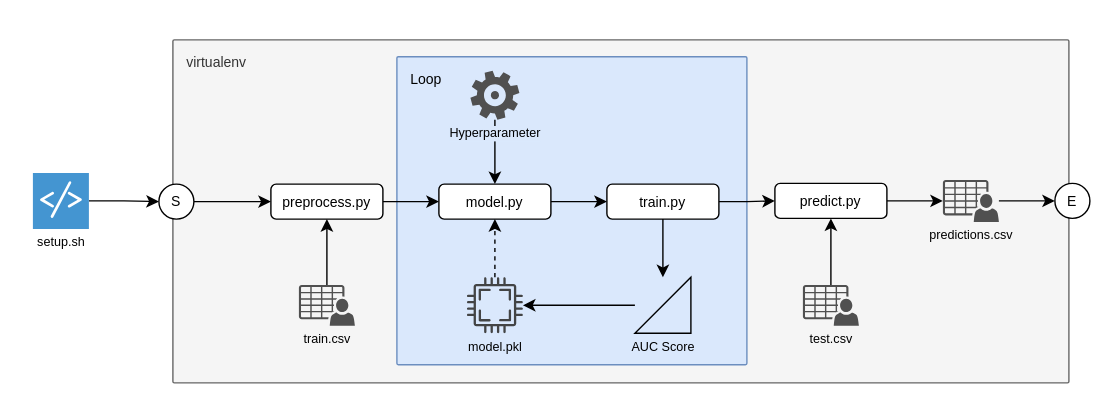
The draw.io diagram .images/flow.svg in minyeamer/mlops-study, before a commit. Source tidied: cells renumbered, new cells last; positions are measured from the earlier drawing's top-left corner, leaving out a move shared by most shapes.
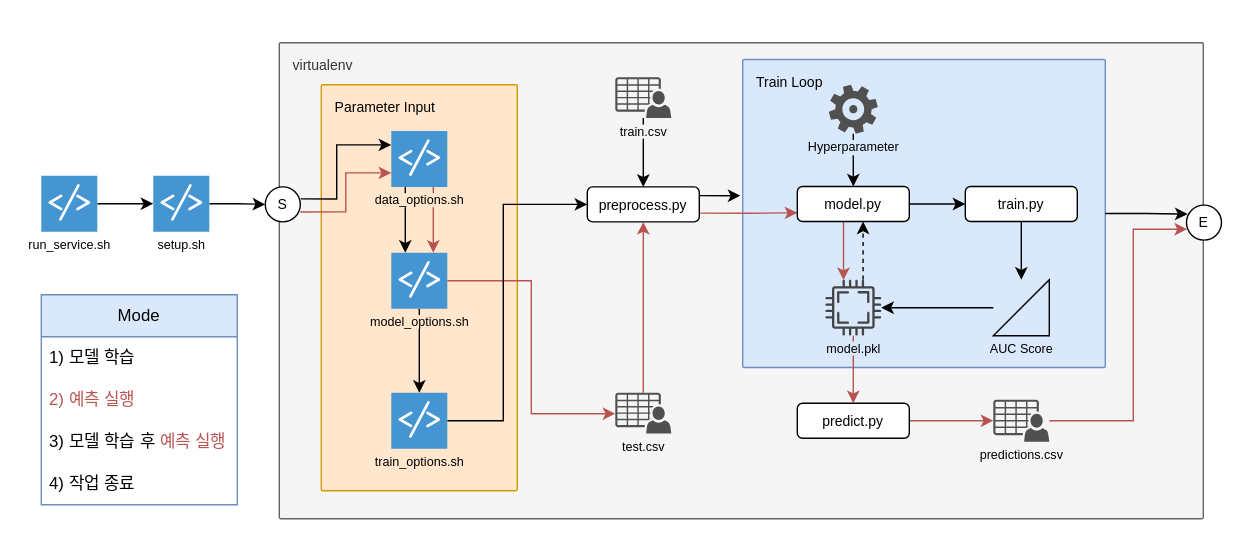
Later version of the same file.

Commit message:
resource: update flowchart

Diff of the diagram source:
```diff
@@ -3,88 +3,178 @@
     <mxCell id="0" />
     <mxCell id="1" parent="0" />
     <mxCell id="2" value="&lt;font&gt;virtualenv&lt;/font&gt;" style="sketch=0;rounded=1;absoluteArcSize=1;arcSize=2;html=1;strokeColor=#666666;shadow=0;dashed=0;fontSize=10;fontColor=#333333;align=left;verticalAlign=top;spacing=10;spacingTop=-4;whiteSpace=wrap;fillColor=#f5f5f5;labelBackgroundColor=light-dark(#f5f5f5, #ededed);" parent="1" vertex="1">
-      <mxGeometry x="100" width="640" height="245" as="geometry" />
+      <mxGeometry x="176" y="2" width="660" height="340" as="geometry" />
     </mxCell>
+    <mxCell id="30" value="Parameter Input" style="sketch=0;rounded=1;absoluteArcSize=1;arcSize=2;html=1;strokeColor=#d79b00;shadow=0;dashed=0;fontSize=10;align=left;verticalAlign=top;spacing=10;spacingTop=-4;whiteSpace=wrap;fillColor=#ffe6cc;labelBackgroundColor=none;" parent="1" vertex="1">
+      <mxGeometry x="206" y="32" width="140" height="290" as="geometry" />
+    </mxCell>
-    <mxCell id="3" value="Loop" style="sketch=0;points=[[0,0,0],[0.25,0,0],[0.5,0,0],[0.75,0,0],[1,0,0],[1,0.25,0],[1,0.5,0],[1,0.75,0],[1,1,0],[0.75,1,0],[0.5,1,0],[0.25,1,0],[0,1,0],[0,0.75,0],[0,0.5,0],[0,0.25,0]];rounded=1;absoluteArcSize=1;arcSize=2;html=1;strokeColor=#6c8ebf;shadow=0;dashed=0;fontSize=10;align=left;verticalAlign=top;spacing=10;spacingTop=-4;whiteSpace=wrap;fillColor=#dae8fc;labelBackgroundColor=none;" parent="1" vertex="1">
-      <mxGeometry x="260" y="12" width="250" height="220" as="geometry" />
+    <mxCell id="3" value="Train Loop" style="sketch=0;points=[[0,0,0],[0.25,0,0],[0.5,0,0],[0.75,0,0],[1,0,0],[1,0.25,0],[1,0.5,0],[1,0.75,0],[1,1,0],[0.75,1,0],[0.5,1,0],[0.25,1,0],[0,1,0],[0,0.75,0],[0,0.5,0],[0,0.25,0]];rounded=1;absoluteArcSize=1;arcSize=2;html=1;strokeColor=#6c8ebf;shadow=0;dashed=0;fontSize=10;align=left;verticalAlign=top;spacing=10;spacingTop=-4;whiteSpace=wrap;fillColor=#dae8fc;labelBackgroundColor=none;" parent="1" vertex="1">
+      <mxGeometry x="507" y="14" width="259" height="220" as="geometry" />
     </mxCell>
     <mxCell id="4" style="edgeStyle=orthogonalEdgeStyle;rounded=0;jettySize=auto;html=1;entryX=0;entryY=0.5;entryDx=0;entryDy=0;" parent="1" edge="1" source="5" target="15">
       <mxGeometry relative="1" as="geometry" />
     </mxCell>
     <mxCell id="5" value="setup.sh" style="shadow=0;dashed=0;html=1;strokeColor=none;fillColor=#4495D1;labelPosition=center;verticalLabelPosition=bottom;verticalAlign=top;align=center;outlineConnect=0;shape=mxgraph.veeam.script;fontSize=9;spacing=0;" parent="1" vertex="1">
-      <mxGeometry y="95" width="40" height="40" as="geometry" />
+      <mxGeometry x="86" y="97" width="40" height="40" as="geometry" />
     </mxCell>
-    <mxCell id="6" style="edgeStyle=orthogonalEdgeStyle;rounded=0;jettySize=auto;html=1;entryX=0.5;entryY=1;entryDx=0;entryDy=0;" parent="1" edge="1" source="7" target="9">
+    <mxCell id="6" style="edgeStyle=orthogonalEdgeStyle;rounded=0;jettySize=auto;html=1;entryX=0.5;entryY=0;entryDx=0;entryDy=0;" parent="1" edge="1" source="7" target="9">
       <mxGeometry relative="1" as="geometry" />
     </mxCell>
-    <mxCell id="7" value="&lt;font&gt;train.csv&lt;/font&gt;" style="sketch=0;shadow=0;dashed=0;html=1;strokeColor=none;fillColor=#505050;labelPosition=center;verticalLabelPosition=bottom;verticalAlign=top;outlineConnect=0;align=center;shape=mxgraph.office.users.csv_file;fontSize=9;spacing=0;labelBackgroundColor=none;" parent="1" vertex="1">
-      <mxGeometry x="190" y="175" width="40" height="29.1" as="geometry" />
+    <mxCell id="7" value="&lt;font style=&quot;background-color: rgb(245, 245, 245);&quot;&gt;train.csv&lt;/font&gt;" style="sketch=0;shadow=0;dashed=0;html=1;strokeColor=none;fillColor=#505050;labelPosition=center;verticalLabelPosition=bottom;verticalAlign=top;outlineConnect=0;align=center;shape=mxgraph.office.users.csv_file;fontSize=9;spacing=0;labelBackgroundColor=none;" parent="1" vertex="1">
+      <mxGeometry x="416" y="26.6" width="40" height="29.1" as="geometry" />
     </mxCell>
-    <mxCell id="8" style="edgeStyle=orthogonalEdgeStyle;rounded=0;jettySize=auto;html=1;exitX=1;exitY=0.5;exitDx=0;exitDy=0;entryX=0;entryY=0.5;entryDx=0;entryDy=0;" parent="1" edge="1" source="9" target="11">
+    <mxCell id="8" style="edgeStyle=orthogonalEdgeStyle;rounded=0;jettySize=auto;html=1;exitX=1;exitY=0.75;exitDx=0;exitDy=0;entryX=0;entryY=0.75;entryDx=0;entryDy=0;fillColor=#f8cecc;strokeColor=#b85450;" parent="1" edge="1" source="9" target="11">
       <mxGeometry relative="1" as="geometry" />
     </mxCell>
     <mxCell id="9" value="&lt;font&gt;preprocess.py&lt;/font&gt;" style="rounded=1;whiteSpace=wrap;html=1;spacing=0;fontSize=10;" parent="1" vertex="1">
-      <mxGeometry x="170" y="103" width="80" height="25" as="geometry" />
+      <mxGeometry x="396" y="105" width="80" height="25" as="geometry" />
     </mxCell>
     <mxCell id="10" style="edgeStyle=orthogonalEdgeStyle;rounded=0;jettySize=auto;html=1;exitX=1;exitY=0.5;exitDx=0;exitDy=0;entryX=0;entryY=0.5;entryDx=0;entryDy=0;" parent="1" edge="1" source="11" target="18">
       <mxGeometry relative="1" as="geometry" />
     </mxCell>
+    <mxCell id="31" style="edgeStyle=orthogonalEdgeStyle;rounded=0;orthogonalLoop=1;jettySize=auto;html=1;exitX=0.5;exitY=1;exitDx=0;exitDy=0;fillColor=#f8cecc;strokeColor=#b85450;" parent="1" edge="1">
+      <mxGeometry relative="1" as="geometry">
+        <mxPoint x="579" y="130" as="sourcePoint" />
+        <mxPoint x="579" y="171.6" as="targetPoint" />
+      </mxGeometry>
+    </mxCell>
     <mxCell id="11" value="&lt;font&gt;model.py&lt;/font&gt;" style="rounded=1;whiteSpace=wrap;html=1;spacing=0;fontSize=10;" parent="1" vertex="1">
-      <mxGeometry x="290" y="103" width="80" height="25" as="geometry" />
+      <mxGeometry x="546" y="104.7" width="80" height="25" as="geometry" />
     </mxCell>
-    <mxCell id="12" style="edgeStyle=orthogonalEdgeStyle;rounded=0;jettySize=auto;html=1;entryX=0.5;entryY=1;entryDx=0;entryDy=0;dashed=1;" parent="1" edge="1" source="13" target="11">
-      <mxGeometry relative="1" as="geometry" />
-    </mxCell>
+    <mxCell id="32" style="edgeStyle=orthogonalEdgeStyle;rounded=0;orthogonalLoop=1;jettySize=auto;html=1;entryX=0.5;entryY=1;entryDx=0;entryDy=0;dashed=1;" parent="1" edge="1">
+      <mxGeometry relative="1" as="geometry">
+        <mxPoint x="593" y="171.3" as="sourcePoint" />
+        <mxPoint x="593" y="129.7" as="targetPoint" />
+      </mxGeometry>
+    </mxCell>
+    <mxCell id="33" style="edgeStyle=orthogonalEdgeStyle;rounded=0;jettySize=auto;html=1;entryX=0.5;entryY=0;entryDx=0;entryDy=0;fillColor=#f8cecc;strokeColor=#b85450;" parent="1" edge="1" source="13" target="20">
+      <mxGeometry relative="1" as="geometry" />
+    </mxCell>
-    <mxCell id="13" value="&lt;font&gt;model.pkl&lt;/font&gt;" style="sketch=0;shadow=0;dashed=0;html=1;strokeColor=none;fillColor=#434445;labelPosition=center;verticalLabelPosition=bottom;verticalAlign=top;align=center;outlineConnect=0;shape=mxgraph.vvd.cpu;fontSize=9;spacing=0;labelBackgroundColor=none;" parent="1" vertex="1">
-      <mxGeometry x="310" y="169.6" width="40" height="40" as="geometry" />
+    <mxCell id="13" value="&lt;font style=&quot;background-color: rgb(218, 232, 252);&quot;&gt;model.pkl&lt;/font&gt;" style="sketch=0;shadow=0;dashed=0;html=1;strokeColor=none;fillColor=#434445;labelPosition=center;verticalLabelPosition=bottom;verticalAlign=top;align=center;outlineConnect=0;shape=mxgraph.vvd.cpu;fontSize=9;spacing=0;labelBackgroundColor=none;" parent="1" vertex="1">
+      <mxGeometry x="566" y="171.3" width="40" height="40" as="geometry" />
     </mxCell>
-    <mxCell id="14" style="edgeStyle=orthogonalEdgeStyle;rounded=0;jettySize=auto;html=1;exitX=1;exitY=0.5;exitDx=0;exitDy=0;entryX=0;entryY=0.5;entryDx=0;entryDy=0;" parent="1" edge="1" source="15" target="9">
-      <mxGeometry relative="1" as="geometry" />
-    </mxCell>
+    <mxCell id="34" style="edgeStyle=orthogonalEdgeStyle;rounded=0;jettySize=auto;html=1;exitX=1.013;exitY=0.342;exitDx=0;exitDy=0;exitPerimeter=0;entryX=0;entryY=0.25;entryDx=0;entryDy=0;" parent="1" edge="1" source="15" target="55">
+      <mxGeometry relative="1" as="geometry">
+        <Array as="points">
+          <mxPoint x="217" y="114" />
+          <mxPoint x="217" y="75" />
+        </Array>
+      </mxGeometry>
+    </mxCell>
+    <mxCell id="35" style="edgeStyle=orthogonalEdgeStyle;rounded=0;jettySize=auto;html=1;exitX=1;exitY=0.716;exitDx=0;exitDy=0;entryX=0;entryY=0.75;entryDx=0;entryDy=0;fillColor=#f8cecc;strokeColor=#b85450;exitPerimeter=0;" parent="1" edge="1" source="15" target="55">
+      <mxGeometry relative="1" as="geometry" />
+    </mxCell>
     <mxCell id="15" value="S" style="ellipse;fontSize=10;spacing=0;" parent="1" vertex="1">
-      <mxGeometry x="90" y="103" width="25" height="25" as="geometry" />
+      <mxGeometry x="166" y="105" width="25" height="25" as="geometry" />
     </mxCell>
-    <mxCell id="16" style="edgeStyle=orthogonalEdgeStyle;rounded=0;jettySize=auto;html=1;exitX=1;exitY=0.5;exitDx=0;exitDy=0;entryX=0;entryY=0.5;entryDx=0;entryDy=0;" parent="1" edge="1" source="18" target="20">
-      <mxGeometry relative="1" as="geometry" />
-    </mxCell>
     <mxCell id="17" style="edgeStyle=orthogonalEdgeStyle;rounded=0;jettySize=auto;html=1;exitX=0.5;exitY=1;exitDx=0;exitDy=0;" parent="1" edge="1" source="18" target="27">
       <mxGeometry relative="1" as="geometry" />
     </mxCell>
     <mxCell id="18" value="&lt;font&gt;train.py&lt;/font&gt;" style="rounded=1;whiteSpace=wrap;html=1;spacing=0;fontSize=10;" parent="1" vertex="1">
-      <mxGeometry x="410" y="103" width="80" height="25" as="geometry" />
+      <mxGeometry x="666" y="104.7" width="80" height="25" as="geometry" />
     </mxCell>
-    <mxCell id="19" style="edgeStyle=orthogonalEdgeStyle;rounded=0;jettySize=auto;html=1;exitX=1;exitY=0.5;exitDx=0;exitDy=0;" parent="1" edge="1" source="20" target="24">
+    <mxCell id="19" style="edgeStyle=orthogonalEdgeStyle;rounded=0;jettySize=auto;html=1;exitX=1;exitY=0.5;exitDx=0;exitDy=0;fillColor=#f8cecc;strokeColor=#b85450;" parent="1" edge="1" source="20" target="24">
       <mxGeometry relative="1" as="geometry" />
     </mxCell>
     <mxCell id="20" value="&lt;font&gt;predict.py&lt;/font&gt;" style="rounded=1;whiteSpace=wrap;html=1;spacing=0;fontSize=10;" parent="1" vertex="1">
-      <mxGeometry x="530" y="102.5" width="80" height="25" as="geometry" />
+      <mxGeometry x="546" y="259.5" width="80" height="25" as="geometry" />
     </mxCell>
-    <mxCell id="21" style="edgeStyle=orthogonalEdgeStyle;rounded=0;jettySize=auto;html=1;entryX=0.5;entryY=1;entryDx=0;entryDy=0;" parent="1" edge="1" source="22" target="20">
-      <mxGeometry relative="1" as="geometry" />
-    </mxCell>
-    <mxCell id="22" value="&lt;font&gt;test.csv&lt;/font&gt;" style="sketch=0;shadow=0;dashed=0;html=1;strokeColor=none;fillColor=#505050;labelPosition=center;verticalLabelPosition=bottom;verticalAlign=top;outlineConnect=0;align=center;shape=mxgraph.office.users.csv_file;fontSize=9;spacing=0;labelBackgroundColor=none;" parent="1" vertex="1">
-      <mxGeometry x="550" y="175" width="40" height="29.1" as="geometry" />
-    </mxCell>
-    <mxCell id="23" style="edgeStyle=orthogonalEdgeStyle;rounded=0;jettySize=auto;html=1;entryX=0;entryY=0.5;entryDx=0;entryDy=0;" parent="1" edge="1" source="24" target="25">
-      <mxGeometry relative="1" as="geometry" />
-    </mxCell>
+    <mxCell id="36" style="edgeStyle=orthogonalEdgeStyle;rounded=0;jettySize=auto;html=1;entryX=0.5;entryY=1;entryDx=0;entryDy=0;fillColor=#f8cecc;strokeColor=#b85450;" parent="1" edge="1" source="22" target="9">
+      <mxGeometry relative="1" as="geometry" />
+    </mxCell>
     <mxCell id="24" value="&lt;font&gt;predictions.csv&lt;/font&gt;" style="sketch=0;shadow=0;dashed=0;html=1;strokeColor=none;fillColor=#505050;labelPosition=center;verticalLabelPosition=bottom;verticalAlign=top;outlineConnect=0;align=center;shape=mxgraph.office.users.csv_file;fontSize=9;spacing=0;labelBackgroundColor=none;" parent="1" vertex="1">
-      <mxGeometry x="650" y="100" width="40" height="30" as="geometry" />
+      <mxGeometry x="686" y="257" width="40" height="30" as="geometry" />
     </mxCell>
     <mxCell id="25" value="E" style="ellipse;fontSize=10;spacing=0;" parent="1" vertex="1">
-      <mxGeometry x="730" y="102.5" width="25" height="25" as="geometry" />
+      <mxGeometry x="824" y="118" width="25" height="25" as="geometry" />
     </mxCell>
     <mxCell id="26" style="edgeStyle=orthogonalEdgeStyle;rounded=0;jettySize=auto;html=1;" parent="1" edge="1" source="27" target="13">
       <mxGeometry relative="1" as="geometry" />
     </mxCell>
     <mxCell id="27" value="&lt;font&gt;AUC Score&lt;/font&gt;" style="verticalLabelPosition=bottom;verticalAlign=top;html=1;shape=mxgraph.basic.orthogonal_triangle;flipH=1;fontSize=9;spacing=0;fillColor=none;strokeWidth=1;" parent="1" vertex="1">
-      <mxGeometry x="430" y="169.6" width="40" height="40" as="geometry" />
+      <mxGeometry x="686" y="171.3" width="40" height="40" as="geometry" />
     </mxCell>
     <mxCell id="28" style="edgeStyle=orthogonalEdgeStyle;rounded=0;jettySize=auto;html=1;entryX=0.5;entryY=0;entryDx=0;entryDy=0;" parent="1" edge="1" source="29" target="11">
       <mxGeometry relative="1" as="geometry" />
     </mxCell>
     <mxCell id="29" value="Hyperparameter" style="sketch=0;shadow=0;dashed=0;html=1;strokeColor=none;fillColor=#505050;labelPosition=center;verticalLabelPosition=bottom;verticalAlign=top;outlineConnect=0;align=center;shape=mxgraph.office.concepts.settings_office_365;fontSize=9;spacing=0;labelBackgroundColor=#DAE8FC;" parent="1" vertex="1">
-      <mxGeometry x="312.5" y="22" width="35" height="35" as="geometry" />
+      <mxGeometry x="568.5" y="32" width="35" height="35" as="geometry" />
     </mxCell>
+    <mxCell id="37" style="edgeStyle=orthogonalEdgeStyle;rounded=0;jettySize=auto;html=1;" parent="1" edge="1" source="38" target="5">
+      <mxGeometry relative="1" as="geometry" />
+    </mxCell>
+    <mxCell id="38" value="run_service.sh" style="shadow=0;dashed=0;html=1;strokeColor=none;fillColor=#4495D1;labelPosition=center;verticalLabelPosition=bottom;verticalAlign=top;align=center;outlineConnect=0;shape=mxgraph.veeam.script;fontSize=9;spacing=0;" parent="1" vertex="1">
+      <mxGeometry x="6" y="97" width="40" height="40" as="geometry" />
+    </mxCell>
+    <mxCell id="39" style="edgeStyle=orthogonalEdgeStyle;rounded=0;jettySize=auto;html=1;exitX=0.25;exitY=1;exitDx=0;exitDy=0;entryX=0.25;entryY=0;entryDx=0;entryDy=0;" parent="1" edge="1" source="55" target="53">
+      <mxGeometry relative="1" as="geometry" />
+    </mxCell>
+    <mxCell id="40" style="edgeStyle=orthogonalEdgeStyle;rounded=0;jettySize=auto;html=1;exitX=0.75;exitY=1;exitDx=0;exitDy=0;entryX=0.75;entryY=0;entryDx=0;entryDy=0;fillColor=#f8cecc;strokeColor=#b85450;" parent="1" edge="1" source="55" target="53">
+      <mxGeometry relative="1" as="geometry" />
+    </mxCell>
+    <mxCell id="41" value="Mode" style="swimlane;fontStyle=0;horizontal=1;startSize=30;whiteSpace=wrap;html=1;fillColor=#dae8fc;strokeColor=#6c8ebf;" parent="1" vertex="1">
+      <mxGeometry x="6" y="182" width="140" height="150" as="geometry" />
+    </mxCell>
+    <mxCell id="42" value="1) 모델 학습" style="text;strokeColor=none;fillColor=none;align=left;verticalAlign=middle;spacingLeft=4;spacingRight=4;overflow=hidden;whiteSpace=wrap;html=1;" parent="41" vertex="1">
+      <mxGeometry y="30" width="140" height="30" as="geometry" />
+    </mxCell>
+    <mxCell id="43" value="&lt;font style=&quot;color: rgb(184, 84, 80);&quot;&gt;2) 예측 실행&lt;/font&gt;" style="text;strokeColor=none;fillColor=none;align=left;verticalAlign=middle;spacingLeft=4;spacingRight=4;overflow=hidden;whiteSpace=wrap;html=1;" parent="41" vertex="1">
+      <mxGeometry y="60" width="140" height="30" as="geometry" />
+    </mxCell>
+    <mxCell id="44" value="3) 모델 학습 후 &lt;font style=&quot;color: rgb(184, 84, 80);&quot;&gt;예측 실행&lt;/font&gt;" style="text;strokeColor=none;fillColor=none;align=left;verticalAlign=middle;spacingLeft=4;spacingRight=4;overflow=hidden;whiteSpace=wrap;html=1;" parent="41" vertex="1">
+      <mxGeometry y="90" width="140" height="30" as="geometry" />
+    </mxCell>
+    <mxCell id="45" value="4) 작업 종료" style="text;strokeColor=none;fillColor=none;align=left;verticalAlign=middle;spacingLeft=4;spacingRight=4;overflow=hidden;whiteSpace=wrap;html=1;" parent="41" vertex="1">
+      <mxGeometry y="120" width="140" height="30" as="geometry" />
+    </mxCell>
+    <mxCell id="46" value="&lt;span style=&quot;background-color: rgb(255, 230, 204);&quot;&gt;data_options.sh&lt;/span&gt;" style="shadow=0;dashed=0;html=1;strokeColor=none;fillColor=#4495D1;labelPosition=center;verticalLabelPosition=bottom;verticalAlign=top;align=center;shape=mxgraph.veeam.script;fontSize=9;spacing=0;" parent="1" vertex="1">
+      <mxGeometry x="256" y="65" width="40" height="40" as="geometry" />
+    </mxCell>
+    <mxCell id="47" style="edgeStyle=orthogonalEdgeStyle;rounded=0;jettySize=auto;html=1;" parent="1" edge="1" source="52" target="50">
+      <mxGeometry relative="1" as="geometry" />
+    </mxCell>
+    <mxCell id="48" style="edgeStyle=orthogonalEdgeStyle;rounded=0;jettySize=auto;html=1;entryX=0;entryY=0.5;entryDx=0;entryDy=0;fillColor=#f8cecc;strokeColor=#b85450;" parent="1" edge="1" source="52" target="51">
+      <mxGeometry relative="1" as="geometry" />
+    </mxCell>
+    <mxCell id="49" style="edgeStyle=orthogonalEdgeStyle;rounded=0;jettySize=auto;html=1;entryX=0;entryY=0.5;entryDx=0;entryDy=0;" parent="1" edge="1" source="50" target="9">
+      <mxGeometry relative="1" as="geometry">
+        <Array as="points">
+          <mxPoint x="336" y="272" />
+          <mxPoint x="336" y="118" />
+        </Array>
+      </mxGeometry>
+    </mxCell>
+    <mxCell id="50" value="&lt;span style=&quot;background-color: rgb(255, 230, 204);&quot;&gt;train_options.sh&lt;/span&gt;" style="shadow=0;dashed=0;html=1;strokeColor=none;fillColor=#4495D1;labelPosition=center;verticalLabelPosition=bottom;verticalAlign=top;align=center;outlineConnect=0;shape=mxgraph.veeam.script;fontSize=9;spacing=0;" parent="1" vertex="1">
+      <mxGeometry x="256" y="252" width="40" height="40" as="geometry" />
+    </mxCell>
+    <mxCell id="51" style="rounded=0;whiteSpace=wrap;html=1;strokeColor=none;fillColor=none;" parent="1" vertex="1">
+      <mxGeometry x="416" y="252" width="40" height="30" as="geometry" />
+    </mxCell>
+    <mxCell id="22" value="&lt;font&gt;test.csv&lt;/font&gt;" style="sketch=0;shadow=0;dashed=0;html=1;strokeColor=none;fillColor=#505050;labelPosition=center;verticalLabelPosition=bottom;verticalAlign=top;outlineConnect=0;align=center;shape=mxgraph.office.users.csv_file;fontSize=9;spacing=0;labelBackgroundColor=none;" parent="1" vertex="1">
+      <mxGeometry x="416" y="252" width="40" height="29.1" as="geometry" />
+    </mxCell>
+    <mxCell id="52" value="&lt;span style=&quot;background-color: rgb(255, 230, 204);&quot;&gt;model_options.sh&lt;/span&gt;" style="shadow=0;dashed=0;html=1;strokeColor=none;fillColor=#4495D1;labelPosition=center;verticalLabelPosition=bottom;verticalAlign=top;align=center;outlineConnect=0;shape=mxgraph.veeam.script;fontSize=9;spacing=0;" parent="1" vertex="1">
+      <mxGeometry x="256" y="152" width="40" height="40" as="geometry" />
+    </mxCell>
+    <mxCell id="53" style="rounded=0;whiteSpace=wrap;html=1;strokeColor=none;fillColor=none;" parent="1" vertex="1">
+      <mxGeometry x="256" y="152" width="40" height="40" as="geometry" />
+    </mxCell>
+    <mxCell id="23" style="edgeStyle=orthogonalEdgeStyle;rounded=0;jettySize=auto;html=1;entryX=0.016;entryY=0.688;entryDx=0;entryDy=0;entryPerimeter=0;fillColor=#f8cecc;strokeColor=#b85450;" parent="1" edge="1" source="24" target="25">
+      <mxGeometry relative="1" as="geometry">
+        <Array as="points">
+          <mxPoint x="786" y="272" />
+          <mxPoint x="786" y="135" />
+        </Array>
+      </mxGeometry>
+    </mxCell>
+    <mxCell id="54" style="edgeStyle=orthogonalEdgeStyle;rounded=0;jettySize=auto;html=1;exitX=1;exitY=0.5;exitDx=0;exitDy=0;exitPerimeter=0;entryX=0.032;entryY=0.256;entryDx=0;entryDy=0;entryPerimeter=0;" parent="1" edge="1" source="3" target="25">
+      <mxGeometry relative="1" as="geometry" />
+    </mxCell>
+    <mxCell id="55" style="rounded=0;whiteSpace=wrap;html=1;strokeColor=none;fillColor=none;" parent="1" vertex="1">
+      <mxGeometry x="256" y="65" width="40" height="40" as="geometry" />
+    </mxCell>
+    <mxCell id="56" style="edgeStyle=orthogonalEdgeStyle;rounded=0;jettySize=auto;html=1;exitX=1;exitY=0.25;exitDx=0;exitDy=0;entryX=-0.006;entryY=0.439;entryDx=0;entryDy=0;entryPerimeter=0;" parent="1" edge="1" source="9" target="3">
+      <mxGeometry relative="1" as="geometry" />
+    </mxCell>
   </root>
 </mxGraphModel>
```
